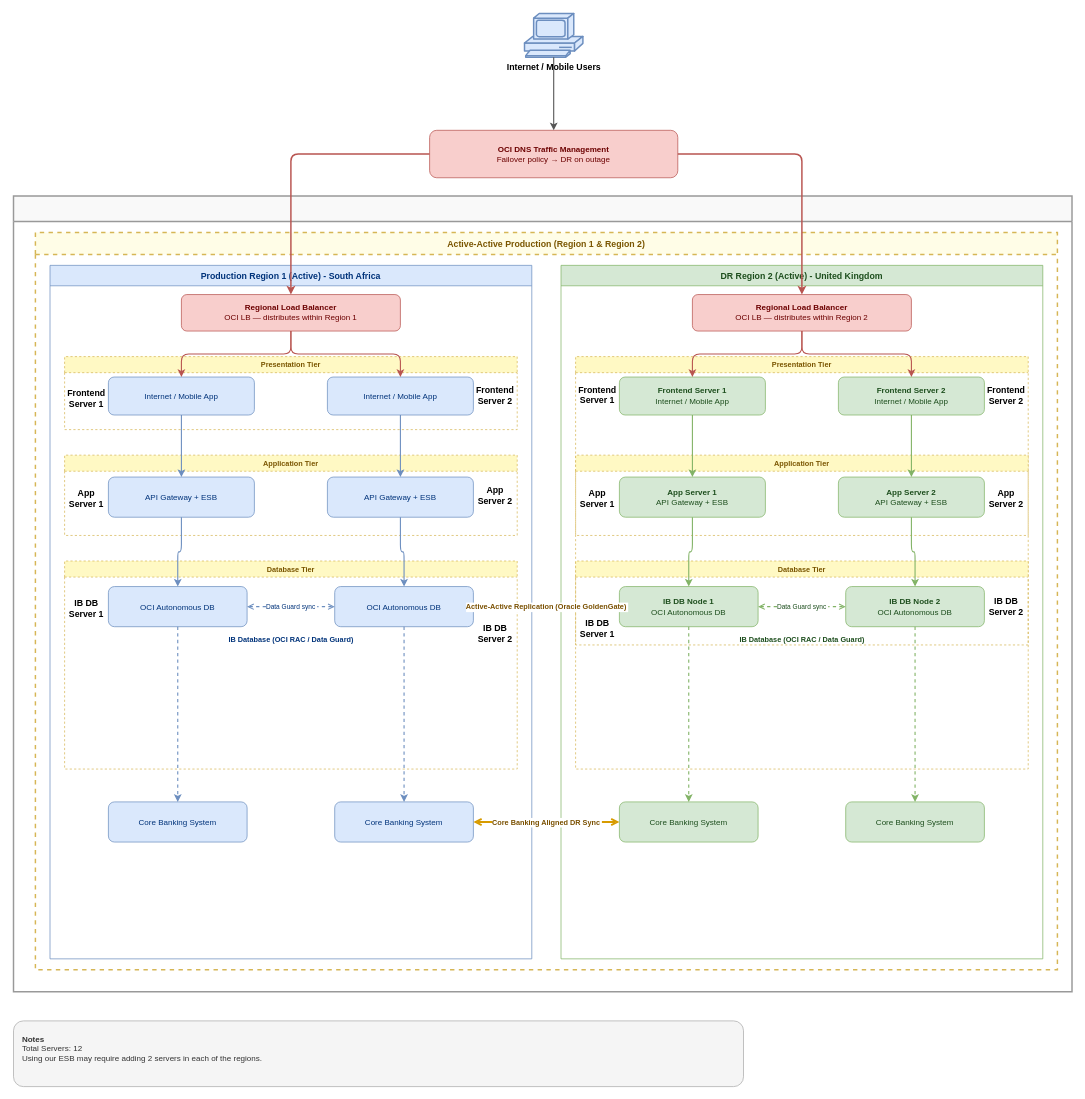
This is ha_banking_architecture_v3.drawio from JohnMugambi/Files, a draw.io file, before an edit. Source tidied: cells renumbered, new cells numbered last; positions are measured from the earlier drawing's top-left corner, leaving out a move shared by most shapes. Both pictures are drawn from the tidied source at 73%, with x=0, y=0 at pixel (13, 13).
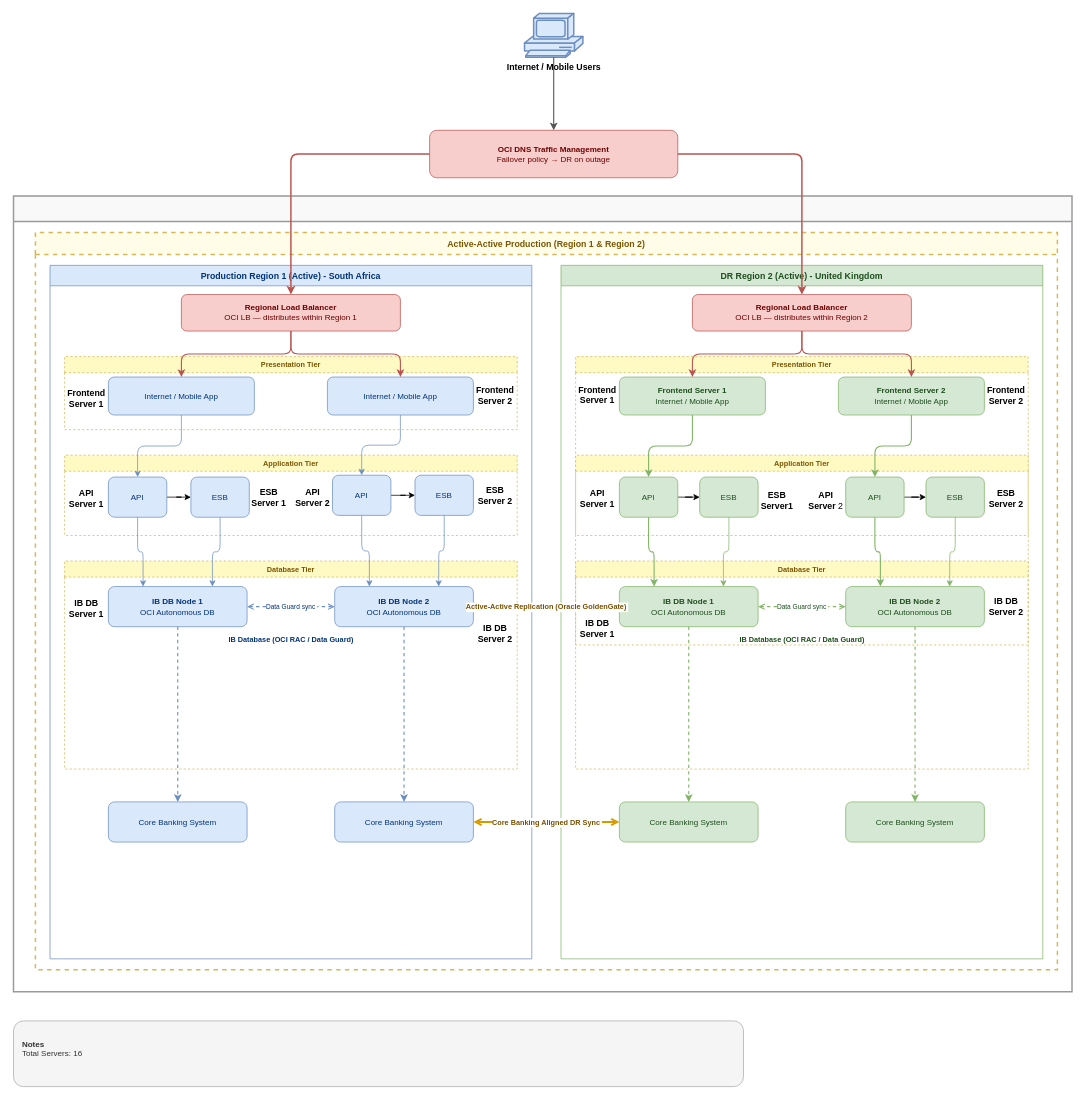
After the change.

Unchanged cells that the change refers to:
```xml
<mxCell id="7" value="Production Region 1 (Active) - South Africa" style="swimlane;startSize=28;fillColor=#dae8fc;strokeColor=#6c8ebf;fontStyle=1;fontSize=12;fontColor=#00337A;" parent="6" vertex="1">
  <mxGeometry x="20" y="45" width="660" height="950" as="geometry" />
</mxCell>
<mxCell id="10" value="Internet / Mobile App" style="rounded=1;whiteSpace=wrap;html=1;fillColor=#dae8fc;strokeColor=#6c8ebf;fontColor=#00337A;fontSize=11;" parent="9" vertex="1">
  <mxGeometry x="60" y="28" width="200" height="52" as="geometry" />
</mxCell>
<mxCell id="11" value="Internet / Mobile App" style="rounded=1;whiteSpace=wrap;html=1;fillColor=#dae8fc;strokeColor=#6c8ebf;fontColor=#00337A;fontSize=11;" parent="9" vertex="1">
  <mxGeometry x="360" y="28" width="200" height="52" as="geometry" />
</mxCell>
<mxCell id="14" value="Application Tier" style="swimlane;startSize=22;fillColor=#fff9c4;strokeColor=#d6b656;fontStyle=1;fontSize=10;dashed=1;fontColor=#7A5500;" parent="7" vertex="1">
  <mxGeometry x="20" y="260" width="620" height="110" as="geometry" />
</mxCell>
<mxCell id="19" value="Database Tier" style="swimlane;startSize=22;fillColor=#fff9c4;strokeColor=#d6b656;fontStyle=1;fontSize=10;dashed=1;fontColor=#7A5500;" parent="7" vertex="1">
  <mxGeometry x="20" y="405" width="620" height="285" as="geometry" />
</mxCell>
<mxCell id="36" value="DR Region 2 (Active) - United Kingdom" style="swimlane;startSize=28;fillColor=#d5e8d4;strokeColor=#82b366;fontStyle=1;fontSize=12;fontColor=#1D4E1D;" parent="6" vertex="1">
  <mxGeometry x="720" y="45" width="660" height="950" as="geometry" />
</mxCell>
<mxCell id="38" value="Presentation Tier" style="swimlane;startSize=22;fillColor=#fff9c4;strokeColor=#d6b656;fontStyle=1;fontSize=10;dashed=1;fontColor=#7A5500;" parent="36" vertex="1">
  <mxGeometry x="20" y="125" width="620" height="395" as="geometry" />
</mxCell>
<mxCell id="40" value="&lt;b&gt;Frontend Server 2&lt;/b&gt;&lt;br&gt;Internet / Mobile App" style="rounded=1;whiteSpace=wrap;html=1;fillColor=#d5e8d4;strokeColor=#82b366;fontColor=#1D4E1D;fontSize=11;" parent="38" vertex="1">
  <mxGeometry x="360" y="28" width="200" height="52" as="geometry" />
</mxCell>
<mxCell id="45" value="Application Tier" style="swimlane;startSize=22;fillColor=#fff9c4;strokeColor=#d6b656;fontStyle=1;fontSize=10;dashed=1;fontColor=#7A5500;" parent="36" vertex="1">
  <mxGeometry x="20" y="260" width="620" height="110" as="geometry" />
</mxCell>
<mxCell id="49" value="&lt;b&gt;IB DB Node 1&lt;/b&gt;&lt;br&gt;OCI Autonomous DB" style="rounded=1;whiteSpace=wrap;html=1;fillColor=#d5e8d4;strokeColor=#82b366;fontColor=#1D4E1D;fontSize=11;" parent="48" vertex="1">
  <mxGeometry x="60" y="35" width="190" height="55" as="geometry" />
</mxCell>
<mxCell id="50" value="&lt;b&gt;IB DB Node 2&lt;/b&gt;&lt;br&gt;OCI Autonomous DB" style="rounded=1;whiteSpace=wrap;html=1;fillColor=#d5e8d4;strokeColor=#82b366;fontColor=#1D4E1D;fontSize=11;" parent="48" vertex="1">
  <mxGeometry x="370" y="35" width="190" height="55" as="geometry" />
</mxCell>
```

Diff of the diagram source:
```diff
@@
+    <mxCell id="70" style="edgeStyle=orthogonalEdgeStyle;rounded=0;jettySize=auto;html=1;entryX=0;entryY=0.5;entryDx=0;entryDy=0;" parent="14" edge="1" source="15" target="71">
+      <mxGeometry relative="1" as="geometry" />
+    </mxCell>
-    <mxCell id="15" value="API Gateway + ESB" style="rounded=1;whiteSpace=wrap;html=1;fillColor=#dae8fc;strokeColor=#6c8ebf;fontColor=#00337A;fontSize=11;" parent="14" vertex="1">
-      <mxGeometry x="60" y="30" width="200" height="55" as="geometry" />
+    <mxCell id="15" value="API" style="rounded=1;whiteSpace=wrap;html=1;fillColor=#dae8fc;strokeColor=#6c8ebf;fontColor=#00337A;fontSize=11;" parent="14" vertex="1">
+      <mxGeometry x="60" y="30" width="80" height="55" as="geometry" />
     </mxCell>
-    <mxCell id="16" value="API Gateway + ESB" style="rounded=1;whiteSpace=wrap;html=1;fillColor=#dae8fc;strokeColor=#6c8ebf;fontColor=#00337A;fontSize=11;" parent="14" vertex="1">
-      <mxGeometry x="360" y="30" width="200" height="55" as="geometry" />
-    </mxCell>
-    <mxCell id="17" value="&lt;br&gt;&lt;b&gt;App Server 1&lt;/b&gt;&lt;div&gt;&lt;br/&gt;&lt;/div&gt;" style="text;html=1;whiteSpace=wrap;strokeColor=none;fillColor=none;align=center;verticalAlign=middle;rounded=0;" parent="14" vertex="1">
+    <mxCell id="17" value="&lt;br&gt;&lt;b&gt;API Server 1&lt;/b&gt;&lt;div&gt;&lt;br&gt;&lt;/div&gt;" style="text;html=1;whiteSpace=wrap;strokeColor=none;fillColor=none;align=center;verticalAlign=middle;rounded=0;" parent="14" vertex="1">
       <mxGeometry y="45" width="60" height="30" as="geometry" />
     </mxCell>
-    <mxCell id="18" value="&lt;b&gt;App Server 2&lt;/b&gt;" style="text;html=1;whiteSpace=wrap;strokeColor=none;fillColor=none;align=center;verticalAlign=middle;rounded=0;" parent="14" vertex="1">
+    <mxCell id="18" value="&lt;b&gt;ESB Server 2&lt;/b&gt;" style="text;html=1;whiteSpace=wrap;strokeColor=none;fillColor=none;align=center;verticalAlign=middle;rounded=0;" parent="14" vertex="1">
       <mxGeometry x="560" y="40" width="60" height="30" as="geometry" />
     </mxCell>
+    <mxCell id="71" value="ESB" style="rounded=1;whiteSpace=wrap;html=1;fillColor=#dae8fc;strokeColor=#6c8ebf;fontColor=#00337A;fontSize=11;" parent="14" vertex="1">
+      <mxGeometry x="173" y="30" width="80" height="55" as="geometry" />
+    </mxCell>
+    <mxCell id="72" value="&lt;br&gt;&lt;b&gt;ESB Server 1&lt;/b&gt;&lt;div&gt;&lt;br&gt;&lt;/div&gt;" style="text;html=1;whiteSpace=wrap;strokeColor=none;fillColor=none;align=center;verticalAlign=middle;rounded=0;" parent="14" vertex="1">
+      <mxGeometry x="250" y="42.5" width="60" height="30" as="geometry" />
+    </mxCell>
+    <mxCell id="73" style="edgeStyle=orthogonalEdgeStyle;rounded=0;jettySize=auto;html=1;exitX=1;exitY=0.5;exitDx=0;exitDy=0;" parent="14" edge="1" source="74" target="75">
+      <mxGeometry relative="1" as="geometry" />
+    </mxCell>
+    <mxCell id="74" value="API" style="rounded=1;whiteSpace=wrap;html=1;fillColor=#dae8fc;strokeColor=#6c8ebf;fontColor=#00337A;fontSize=11;" parent="14" vertex="1">
+      <mxGeometry x="367" y="27.5" width="80" height="55" as="geometry" />
+    </mxCell>
+    <mxCell id="75" value="ESB" style="rounded=1;whiteSpace=wrap;html=1;fillColor=#dae8fc;strokeColor=#6c8ebf;fontColor=#00337A;fontSize=11;" parent="14" vertex="1">
+      <mxGeometry x="480" y="27.5" width="80" height="55" as="geometry" />
+    </mxCell>
+    <mxCell id="76" value="&lt;b&gt;API Server 2&lt;/b&gt;" style="text;html=1;whiteSpace=wrap;strokeColor=none;fillColor=none;align=center;verticalAlign=middle;rounded=0;" parent="14" vertex="1">
+      <mxGeometry x="310" y="42.5" width="60" height="30" as="geometry" />
+    </mxCell>
@@
-    <mxCell id="20" value="OCI Autonomous DB" style="rounded=1;whiteSpace=wrap;html=1;fillColor=#dae8fc;strokeColor=#6c8ebf;fontColor=#00337A;fontSize=11;" parent="19" vertex="1">
+    <mxCell id="20" value="&lt;div&gt;&lt;b&gt;IB DB Node 1&lt;/b&gt;&lt;/div&gt;&lt;div&gt;OCI Autonomous DB&lt;/div&gt;" style="rounded=1;whiteSpace=wrap;html=1;fillColor=#dae8fc;strokeColor=#6c8ebf;fontColor=#00337A;fontSize=11;" parent="19" vertex="1">
       <mxGeometry x="60" y="35" width="190" height="55" as="geometry" />
     </mxCell>
-    <mxCell id="21" value="OCI Autonomous DB" style="rounded=1;whiteSpace=wrap;html=1;fillColor=#dae8fc;strokeColor=#6c8ebf;fontColor=#00337A;fontSize=11;" parent="19" vertex="1">
+    <mxCell id="21" value="&lt;div&gt;&lt;b&gt;IB DB Node 2&lt;/b&gt;&lt;/div&gt;&lt;div&gt;OCI Autonomous DB&lt;/div&gt;" style="rounded=1;whiteSpace=wrap;html=1;fillColor=#dae8fc;strokeColor=#6c8ebf;fontColor=#00337A;fontSize=11;" parent="19" vertex="1">
       <mxGeometry x="370" y="35" width="190" height="55" as="geometry" />
     </mxCell>
@@
+    <mxCell id="34" style="edgeStyle=orthogonalEdgeStyle;rounded=1;jettySize=auto;html=1;entryX=0.25;entryY=0;entryDx=0;entryDy=0;strokeColor=#6C8EBF;curved=0;" parent="7" edge="1" source="15" target="20">
+      <mxGeometry relative="1" as="geometry" />
+    </mxCell>
+    <mxCell id="77" style="edgeStyle=orthogonalEdgeStyle;rounded=1;jettySize=auto;html=1;entryX=0.75;entryY=0;entryDx=0;entryDy=0;strokeColor=#6C8EBF;curved=0;" parent="7" edge="1" source="71" target="20">
+      <mxGeometry relative="1" as="geometry" />
+    </mxCell>
-    <mxCell id="32" style="edgeStyle=orthogonalEdgeStyle;strokeColor=#6c8ebf;strokeWidth=1.5;" parent="7" edge="1" source="10" target="15">
+    <mxCell id="32" style="edgeStyle=orthogonalEdgeStyle;rounded=1;jettySize=auto;html=1;strokeColor=#6C8EBF;curved=0;" parent="7" edge="1" source="10" target="15">
       <mxGeometry relative="1" as="geometry" />
     </mxCell>
-    <mxCell id="33" style="edgeStyle=orthogonalEdgeStyle;strokeColor=#6c8ebf;strokeWidth=1.5;" parent="7" edge="1" source="11" target="16">
-      <mxGeometry relative="1" as="geometry" />
-    </mxCell>
-    <mxCell id="34" style="edgeStyle=orthogonalEdgeStyle;strokeColor=#6c8ebf;strokeWidth=1.5;" parent="7" edge="1" source="15" target="20">
-      <mxGeometry relative="1" as="geometry" />
-    </mxCell>
-    <mxCell id="35" style="edgeStyle=orthogonalEdgeStyle;strokeColor=#6c8ebf;strokeWidth=1.5;" parent="7" edge="1" source="16" target="21">
-      <mxGeometry relative="1" as="geometry" />
-    </mxCell>
+    <mxCell id="78" style="edgeStyle=orthogonalEdgeStyle;rounded=1;jettySize=auto;html=1;entryX=0.5;entryY=0;entryDx=0;entryDy=0;strokeColor=#6C8EBF;curved=0;" parent="7" edge="1" source="11" target="74">
+      <mxGeometry relative="1" as="geometry" />
+    </mxCell>
+    <mxCell id="79" style="edgeStyle=orthogonalEdgeStyle;rounded=1;jettySize=auto;html=1;entryX=0.75;entryY=0;entryDx=0;entryDy=0;strokeColor=#6C8EBF;curved=0;" parent="7" edge="1" source="75" target="21">
+      <mxGeometry relative="1" as="geometry" />
+    </mxCell>
+    <mxCell id="80" style="edgeStyle=orthogonalEdgeStyle;rounded=1;jettySize=auto;html=1;entryX=0.25;entryY=0;entryDx=0;entryDy=0;strokeColor=#6C8EBF;curved=0;" parent="7" edge="1" source="74" target="21">
+      <mxGeometry relative="1" as="geometry" />
+    </mxCell>
@@
-    <mxCell id="43" value="&lt;br&gt;&lt;b&gt;App Server 1&lt;/b&gt;&lt;div&gt;&lt;br/&gt;&lt;/div&gt;" style="text;html=1;whiteSpace=wrap;strokeColor=none;fillColor=none;align=center;verticalAlign=middle;rounded=0;" parent="38" vertex="1">
+    <mxCell id="43" value="&lt;br&gt;&lt;b&gt;API Server 1&lt;/b&gt;&lt;div&gt;&lt;br&gt;&lt;/div&gt;" style="text;html=1;whiteSpace=wrap;strokeColor=none;fillColor=none;align=center;verticalAlign=middle;rounded=0;" parent="38" vertex="1">
       <mxGeometry y="179" width="60" height="30" as="geometry" />
     </mxCell>
-    <mxCell id="44" value="&lt;b&gt;App Server 2&lt;/b&gt;" style="text;html=1;whiteSpace=wrap;strokeColor=none;fillColor=none;align=center;verticalAlign=middle;rounded=0;" parent="38" vertex="1">
+    <mxCell id="44" value="&lt;b&gt;ESB Server 2&lt;/b&gt;" style="text;html=1;whiteSpace=wrap;strokeColor=none;fillColor=none;align=center;verticalAlign=middle;rounded=0;" parent="38" vertex="1">
       <mxGeometry x="560" y="179" width="60" height="30" as="geometry" />
     </mxCell>
@@
+    <mxCell id="81" style="edgeStyle=orthogonalEdgeStyle;rounded=0;jettySize=auto;html=1;entryX=0;entryY=0.5;entryDx=0;entryDy=0;" parent="45" edge="1" source="46" target="82">
+      <mxGeometry relative="1" as="geometry" />
+    </mxCell>
-    <mxCell id="46" value="&lt;b&gt;App Server 1&lt;/b&gt;&lt;br&gt;API Gateway + ESB" style="rounded=1;whiteSpace=wrap;html=1;fillColor=#d5e8d4;strokeColor=#82b366;fontColor=#1D4E1D;fontSize=11;" parent="45" vertex="1">
-      <mxGeometry x="60" y="30" width="200" height="55" as="geometry" />
+    <mxCell id="46" value="API" style="rounded=1;whiteSpace=wrap;html=1;fillColor=#d5e8d4;strokeColor=#82b366;fontColor=#1D4E1D;fontSize=11;" parent="45" vertex="1">
+      <mxGeometry x="60" y="30" width="80" height="55" as="geometry" />
     </mxCell>
-    <mxCell id="47" value="&lt;b&gt;App Server 2&lt;/b&gt;&lt;br&gt;API Gateway + ESB" style="rounded=1;whiteSpace=wrap;html=1;fillColor=#d5e8d4;strokeColor=#82b366;fontColor=#1D4E1D;fontSize=11;" parent="45" vertex="1">
-      <mxGeometry x="360" y="30" width="200" height="55" as="geometry" />
-    </mxCell>
+    <mxCell id="82" value="ESB" style="rounded=1;whiteSpace=wrap;html=1;fillColor=#d5e8d4;strokeColor=#82b366;fontColor=#1D4E1D;fontSize=11;" parent="45" vertex="1">
+      <mxGeometry x="170" y="30" width="80" height="55" as="geometry" />
+    </mxCell>
+    <mxCell id="83" style="edgeStyle=orthogonalEdgeStyle;rounded=0;jettySize=auto;html=1;entryX=0;entryY=0.5;entryDx=0;entryDy=0;" parent="45" edge="1" source="84" target="85">
+      <mxGeometry relative="1" as="geometry" />
+    </mxCell>
+    <mxCell id="84" value="API" style="rounded=1;whiteSpace=wrap;html=1;fillColor=#d5e8d4;strokeColor=#82b366;fontColor=#1D4E1D;fontSize=11;" parent="45" vertex="1">
+      <mxGeometry x="370" y="30" width="80" height="55" as="geometry" />
+    </mxCell>
+    <mxCell id="85" value="ESB" style="rounded=1;whiteSpace=wrap;html=1;fillColor=#d5e8d4;strokeColor=#82b366;fontColor=#1D4E1D;fontSize=11;" parent="45" vertex="1">
+      <mxGeometry x="480" y="30" width="80" height="55" as="geometry" />
+    </mxCell>
+    <mxCell id="86" value="&lt;br&gt;&lt;b&gt;API Server &lt;/b&gt;2" style="text;html=1;whiteSpace=wrap;strokeColor=none;fillColor=none;align=center;verticalAlign=middle;rounded=0;" parent="45" vertex="1">
+      <mxGeometry x="313" y="40" width="60" height="30" as="geometry" />
+    </mxCell>
+    <mxCell id="87" value="&lt;br&gt;&lt;b&gt;ESB Server1&lt;/b&gt;" style="text;html=1;whiteSpace=wrap;strokeColor=none;fillColor=none;align=center;verticalAlign=middle;rounded=0;" parent="45" vertex="1">
+      <mxGeometry x="246" y="40" width="60" height="30" as="geometry" />
+    </mxCell>
@@
-    <mxCell id="62" style="edgeStyle=orthogonalEdgeStyle;strokeColor=#82b366;strokeWidth=1.5;" parent="36" edge="1" source="40" target="47">
+    <mxCell id="62" style="edgeStyle=orthogonalEdgeStyle;strokeColor=#82b366;strokeWidth=1.5;entryX=0.5;entryY=0;entryDx=0;entryDy=0;" parent="36" edge="1" source="40" target="84">
       <mxGeometry relative="1" as="geometry" />
     </mxCell>
-    <mxCell id="63" style="edgeStyle=orthogonalEdgeStyle;strokeColor=#82b366;strokeWidth=1.5;" parent="36" edge="1" source="46" target="49">
+    <mxCell id="63" style="edgeStyle=orthogonalEdgeStyle;strokeColor=#82B366;strokeWidth=1.5;entryX=0.25;entryY=0;entryDx=0;entryDy=0;" parent="36" edge="1" source="46" target="49">
       <mxGeometry relative="1" as="geometry" />
     </mxCell>
-    <mxCell id="64" style="edgeStyle=orthogonalEdgeStyle;strokeColor=#82b366;strokeWidth=1.5;" parent="36" edge="1" source="47" target="50">
+    <mxCell id="64" style="edgeStyle=orthogonalEdgeStyle;strokeColor=#82b366;strokeWidth=1.5;exitX=0.5;exitY=1;exitDx=0;exitDy=0;entryX=0.25;entryY=0;entryDx=0;entryDy=0;" parent="36" edge="1" source="84" target="50">
       <mxGeometry relative="1" as="geometry" />
     </mxCell>
+    <mxCell id="88" style="edgeStyle=orthogonalEdgeStyle;rounded=1;jettySize=auto;html=1;entryX=0.75;entryY=0;entryDx=0;entryDy=0;curved=0;strokeColor=#82B366;" parent="36" edge="1" source="82" target="49">
+      <mxGeometry relative="1" as="geometry" />
+    </mxCell>
+    <mxCell id="89" style="edgeStyle=orthogonalEdgeStyle;rounded=1;jettySize=auto;html=1;entryX=0.75;entryY=0;entryDx=0;entryDy=0;curved=0;strokeColor=#82B366;" parent="36" edge="1" source="85" target="50">
+      <mxGeometry relative="1" as="geometry" />
+    </mxCell>
@@
-    <mxCell id="69" value="&lt;b&gt;Notes&lt;/b&gt;&lt;br&gt;&lt;div&gt;Total Servers: 12&lt;/div&gt;Using our ESB may require adding 2 servers in each of the regions.&lt;div&gt;&lt;br/&gt;&lt;/div&gt;" style="rounded=1;whiteSpace=wrap;html=1;fillColor=#f5f5f5;strokeColor=#aaaaaa;fontColor=#333333;fontSize=11;align=left;spacingLeft=10;" parent="1" vertex="1">
+    <mxCell id="69" value="&lt;b&gt;Notes&lt;/b&gt;&lt;br&gt;&lt;div&gt;Total Servers: 16&lt;/div&gt;&lt;div&gt;&lt;br&gt;&lt;/div&gt;" style="rounded=1;whiteSpace=wrap;html=1;fillColor=#f5f5f5;strokeColor=#aaaaaa;fontColor=#333333;fontSize=11;align=left;spacingLeft=10;" parent="1" vertex="1">
       <mxGeometry y="1380" width="1000" height="90" as="geometry" />
     </mxCell>
```
